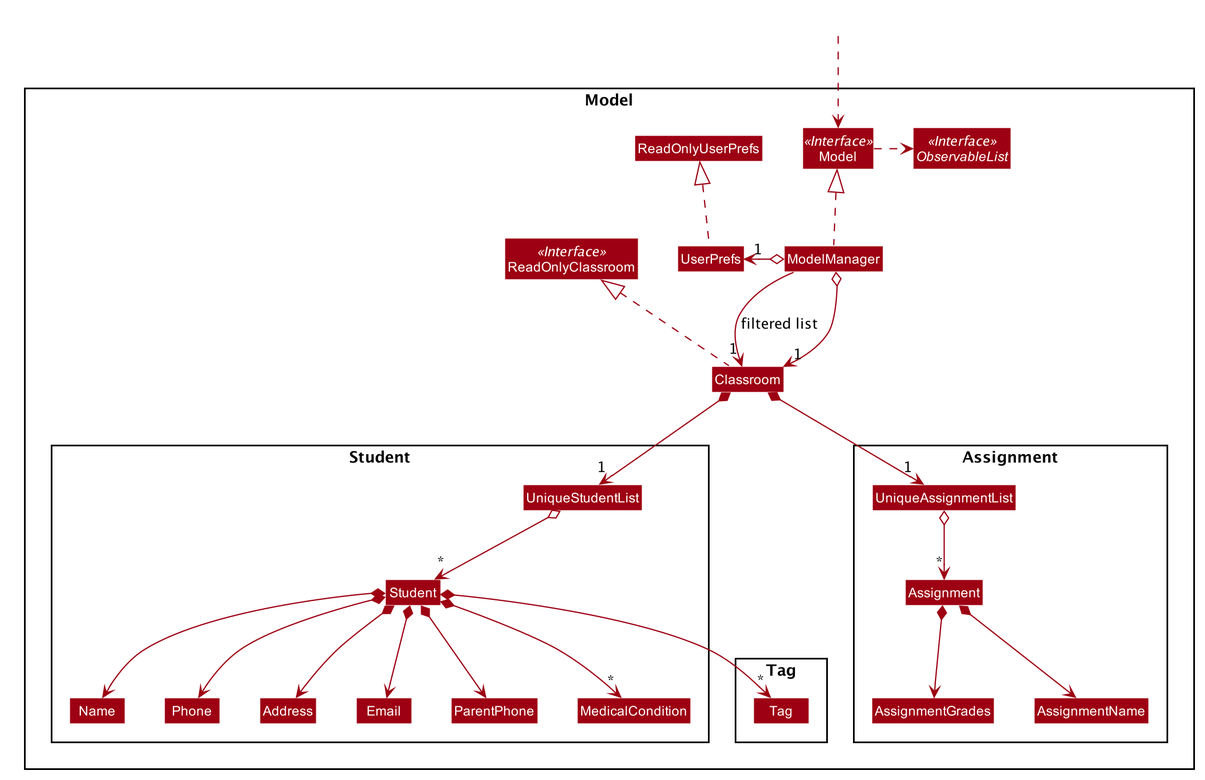
Above: images/ModelClassDiagram.png in AY1920S1-CS2103-T14-1/main (PlantUML), before the change.
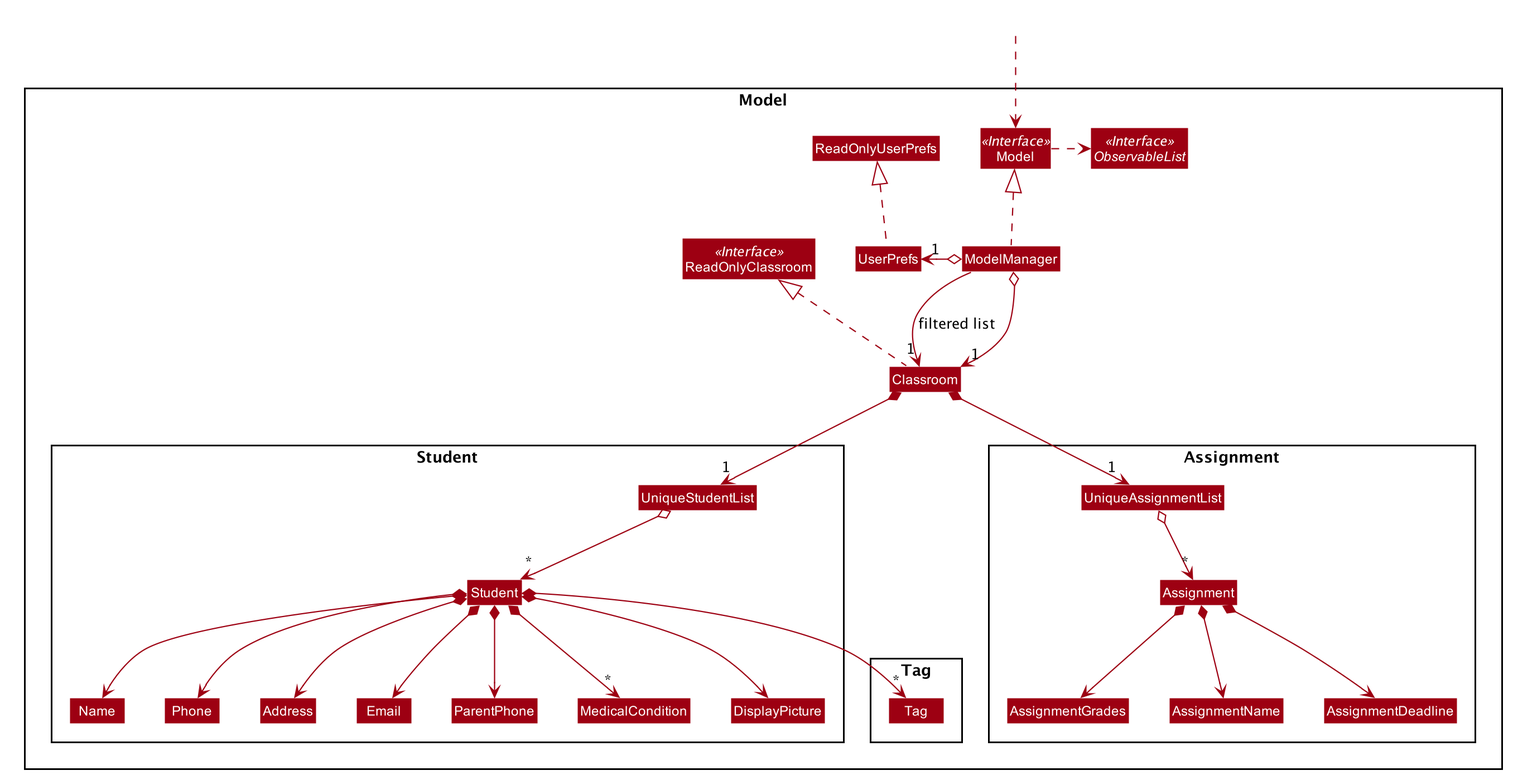
After the commit.

What changed in the source:
```diff
@@ -71,6 +71,7 @@
 Class ParentPhone
 Class MedicalCondition
 Class UniqueStudentList
+Class DisplayPicture
 }
 
 Package Tag {
@@ -81,6 +82,7 @@
 Class Assignment
 Class AssignmentGrades
 Class AssignmentName
+Class AssignmentDeadline
 Class UniqueAssignmentList
 }
 }
@@ -105,17 +107,20 @@
 Student *--> ParentPhone
 Student *--> "*" MedicalCondition
 Student *--> "*" Tag
+Student *--> DisplayPicture
 
 Classroom *--> "1" UniqueAssignmentList
 UniqueAssignmentList o--> "*" Assignment
 Assignment *--> AssignmentName
 Assignment *--> AssignmentGrades
+Assignment *--> AssignmentDeadline
 
 Name -[hidden]right-> Phone
 Phone -[hidden]right-> Address
 Address -[hidden]right-> Email
 Email -[hidden]right-> ParentPhone
 ParentPhone -[hidden]right-> MedicalCondition
+MedicalCondition -[hidden]right-> DisplayPicture
 
 ModelManager -->"1" Classroom : filtered list
 @enduml
```
